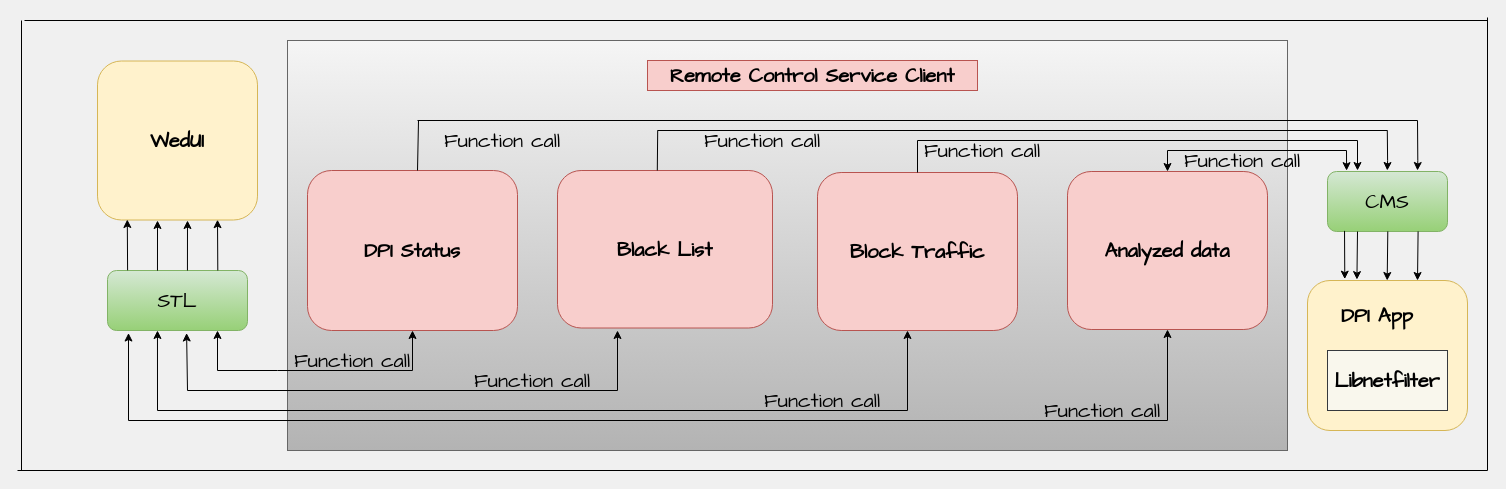
Above: RCS.drawio in nhatdevemb/Image_galerry (draw.io), before the change. Source tidied: cells renumbered, new cells numbered last; positions are measured from the earlier drawing's top-left corner, leaving out a move shared by most shapes. Both pictures are drawn from the tidied source at 100%, with x=0, y=0 at pixel (17, 17).
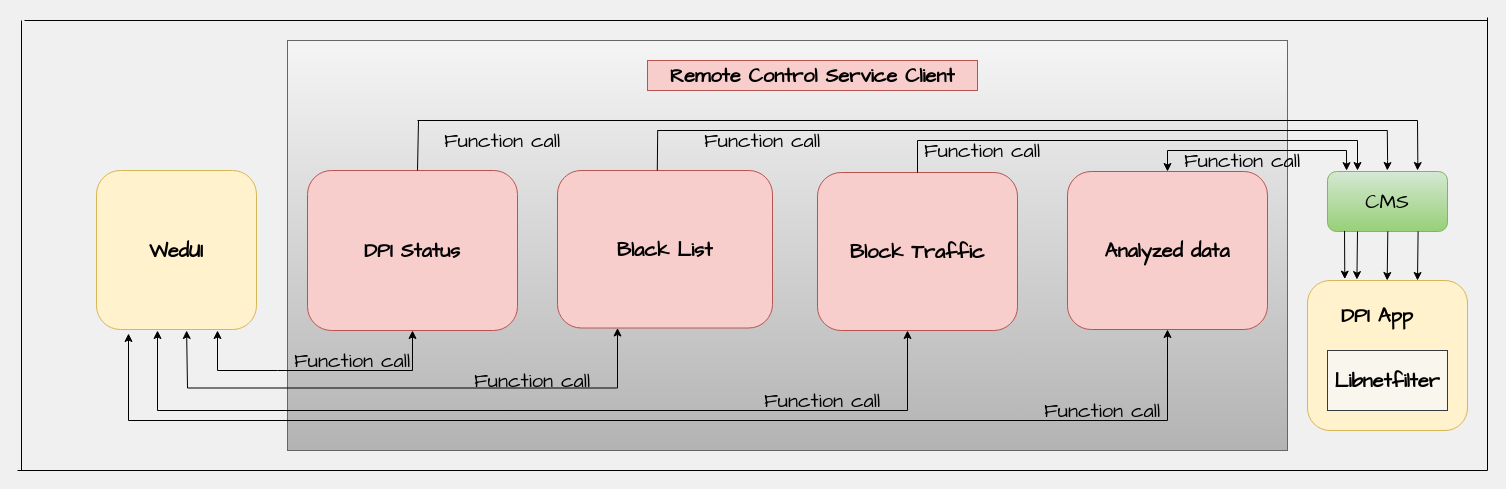
The same page after the edit.

The change refers to these unchanged cells:
```xml
<mxCell id="41" value="Analyzed data" style="rounded=1;whiteSpace=wrap;html=1;fontFamily=Comic Sans MS;fontSize=20;fontStyle=1;fillColor=#f8cecc;strokeColor=#b85450;" parent="1" vertex="1">
  <mxGeometry x="1050" y="154" width="200" height="158" as="geometry" />
</mxCell>
```

What changed in the source:
```diff
@@
     <mxCell id="2" value="WedUI" style="rounded=1;whiteSpace=wrap;html=1;fontSize=20;fontStyle=1;fontFamily=Comic Sans MS;fillColor=#fff2cc;strokeColor=#d6b656;" parent="1" vertex="1">
-      <mxGeometry x="80" y="43.5" width="160" height="159" as="geometry" />
+      <mxGeometry x="79" y="153" width="160" height="159" as="geometry" />
     </mxCell>
@@
-    <mxCell id="24" style="endArrow=classic;startArrow=classic;html=1;rounded=0;fontFamily=Comic Sans MS;fontSize=20;fontColor=none;exitX=0.565;exitY=1.042;exitDx=0;exitDy=0;exitPerimeter=0;" parent="1" edge="1" source="34">
+    <mxCell id="24" style="endArrow=classic;startArrow=classic;html=1;rounded=0;fontFamily=Comic Sans MS;fontSize=20;fontColor=none;exitX=0.565;exitY=1.042;exitDx=0;exitDy=0;exitPerimeter=0;" parent="1" edge="1">
       <mxGeometry relative="1" as="geometry">
-        <mxPoint x="600" y="313" as="targetPoint" />
+        <mxPoint x="169.1" y="313" as="sourcePoint" />
+        <mxPoint x="600" y="310.5" as="targetPoint" />
         <Array as="points">
-          <mxPoint x="170" y="373" />
-          <mxPoint x="600" y="373" />
+          <mxPoint x="170" y="370.5" />
+          <mxPoint x="600" y="370.5" />
         </Array>
       </mxGeometry>
     </mxCell>
@@
-    <mxCell id="26" style="endArrow=classic;startArrow=classic;html=1;rounded=0;fontFamily=Comic Sans MS;fontSize=20;fontColor=none;entryX=0.357;entryY=1;entryDx=0;entryDy=0;entryPerimeter=0;" parent="1" edge="1" target="34">
+    <mxCell id="26" style="endArrow=classic;startArrow=classic;html=1;rounded=0;fontFamily=Comic Sans MS;fontSize=20;fontColor=none;entryX=0.357;entryY=1;entryDx=0;entryDy=0;entryPerimeter=0;" parent="1" edge="1">
       <mxGeometry relative="1" as="geometry">
         <mxPoint x="890" y="313" as="sourcePoint" />
+        <mxPoint x="140" y="313" as="targetPoint" />
         <Array as="points">
           <mxPoint x="890" y="393" />
           <mxPoint x="140" y="393" />
         </Array>
       </mxGeometry>
     </mxCell>
@@
-    <mxCell id="34" value="STL" style="rounded=1;whiteSpace=wrap;html=1;fontFamily=Comic Sans MS;fontSize=20;fillColor=#d5e8d4;gradientColor=#97d077;strokeColor=#82b366;" parent="1" vertex="1">
-      <mxGeometry x="90" y="253" width="140" height="60" as="geometry" />
-    </mxCell>
-    <mxCell id="35" style="endArrow=classic;html=1;rounded=0;fontFamily=Comic Sans MS;fontSize=20;fontColor=none;exitX=0.357;exitY=0.002;exitDx=0;exitDy=0;exitPerimeter=0;" parent="1" edge="1" source="34">
-      <mxGeometry relative="1" as="geometry">
-        <mxPoint x="140" y="203" as="targetPoint" />
-      </mxGeometry>
-    </mxCell>
-    <mxCell id="36" style="endArrow=classic;html=1;rounded=0;fontFamily=Comic Sans MS;fontSize=20;fontColor=none;exitX=0.288;exitY=0.013;exitDx=0;exitDy=0;exitPerimeter=0;" parent="1" edge="1">
-      <mxGeometry relative="1" as="geometry">
-        <mxPoint x="110.1" y="252.8" as="sourcePoint" />
-        <mxPoint x="109.8" y="202" as="targetPoint" />
-      </mxGeometry>
-    </mxCell>
@@
-    <mxCell id="45" style="endArrow=classic;startArrow=classic;html=1;rounded=0;fontFamily=Comic Sans MS;fontSize=20;fontColor=none;exitX=0.5;exitY=1;exitDx=0;exitDy=0;entryX=0.15;entryY=1.042;entryDx=0;entryDy=0;entryPerimeter=0;" parent="1" edge="1" source="41" target="34">
+    <mxCell id="45" style="endArrow=classic;startArrow=classic;html=1;rounded=0;fontFamily=Comic Sans MS;fontSize=20;fontColor=none;exitX=0.5;exitY=1;exitDx=0;exitDy=0;" parent="1" edge="1" source="41">
       <mxGeometry relative="1" as="geometry">
+        <mxPoint x="111" y="316" as="targetPoint" />
         <Array as="points">
           <mxPoint x="1150" y="403" />
           <mxPoint x="111" y="403" />
         </Array>
       </mxGeometry>
     </mxCell>
@@
-    <mxCell id="47" style="endArrow=classic;html=1;rounded=0;fontFamily=Comic Sans MS;fontSize=20;fontColor=none;exitX=0.288;exitY=0.013;exitDx=0;exitDy=0;exitPerimeter=0;" parent="1" edge="1">
-      <mxGeometry relative="1" as="geometry">
-        <mxPoint x="200.3" y="253" as="sourcePoint" />
-        <mxPoint x="200" y="202.2" as="targetPoint" />
-      </mxGeometry>
-    </mxCell>
-    <mxCell id="48" style="endArrow=classic;html=1;rounded=0;fontFamily=Comic Sans MS;fontSize=20;fontColor=none;exitX=0.571;exitY=0;exitDx=0;exitDy=0;exitPerimeter=0;" parent="1" edge="1" source="34">
-      <mxGeometry relative="1" as="geometry">
-        <mxPoint x="170" y="203" as="targetPoint" />
-      </mxGeometry>
-    </mxCell>
```
